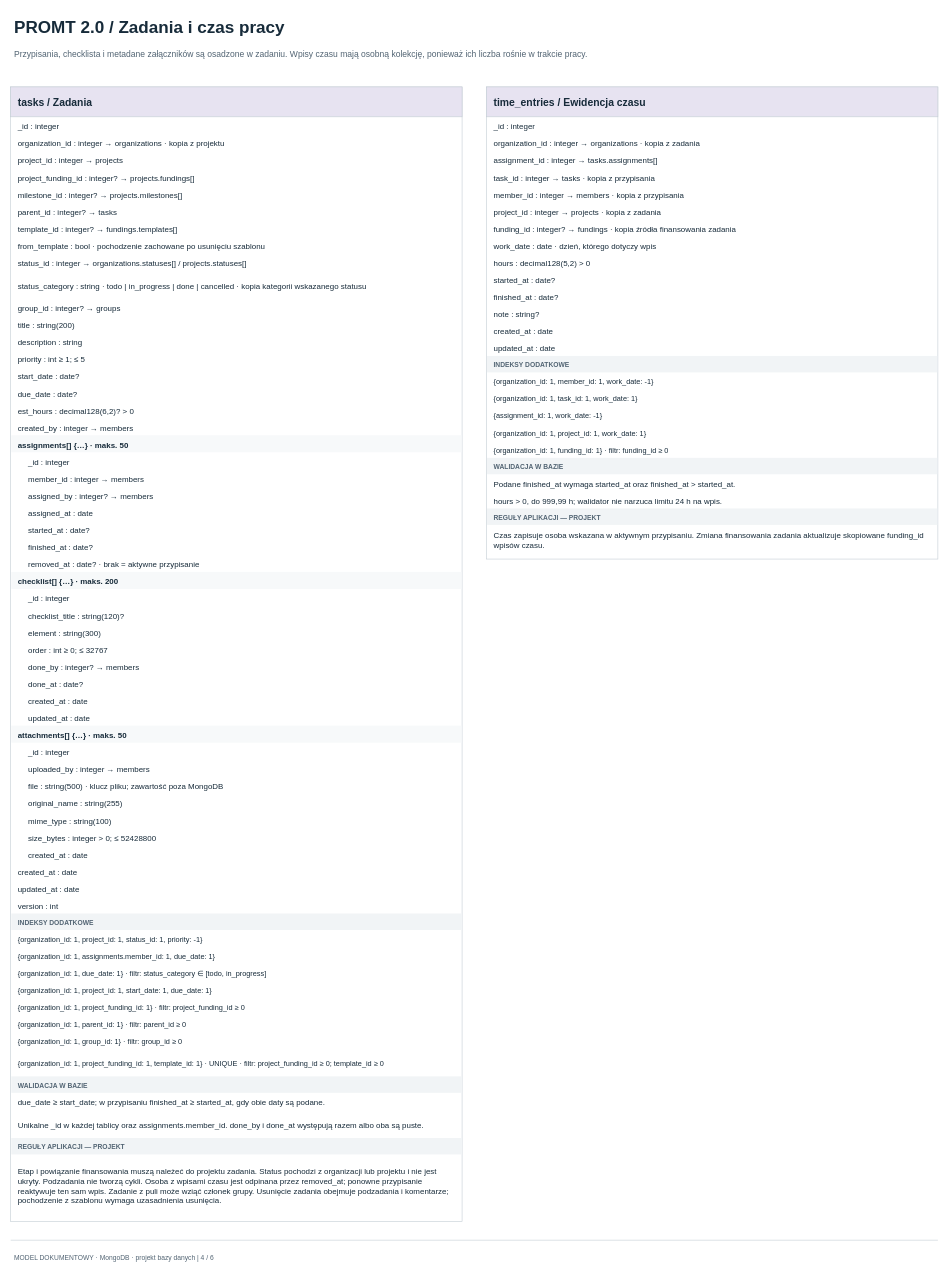
Before: page "4. Zadania i czas pracy" (4 of 6) of docs/schemat/warianty/nosql-mongodb-2.0.drawio in MarekTurkowicz/PROMPT-v2, a draw.io diagram. Source tidied: cells renumbered, new cells numbered last; positions are measured from the earlier drawing's top-left corner, leaving out a move shared by most shapes. Both pictures are drawn from the tidied source at 61%, with x=0, y=0 at pixel (10, 10).
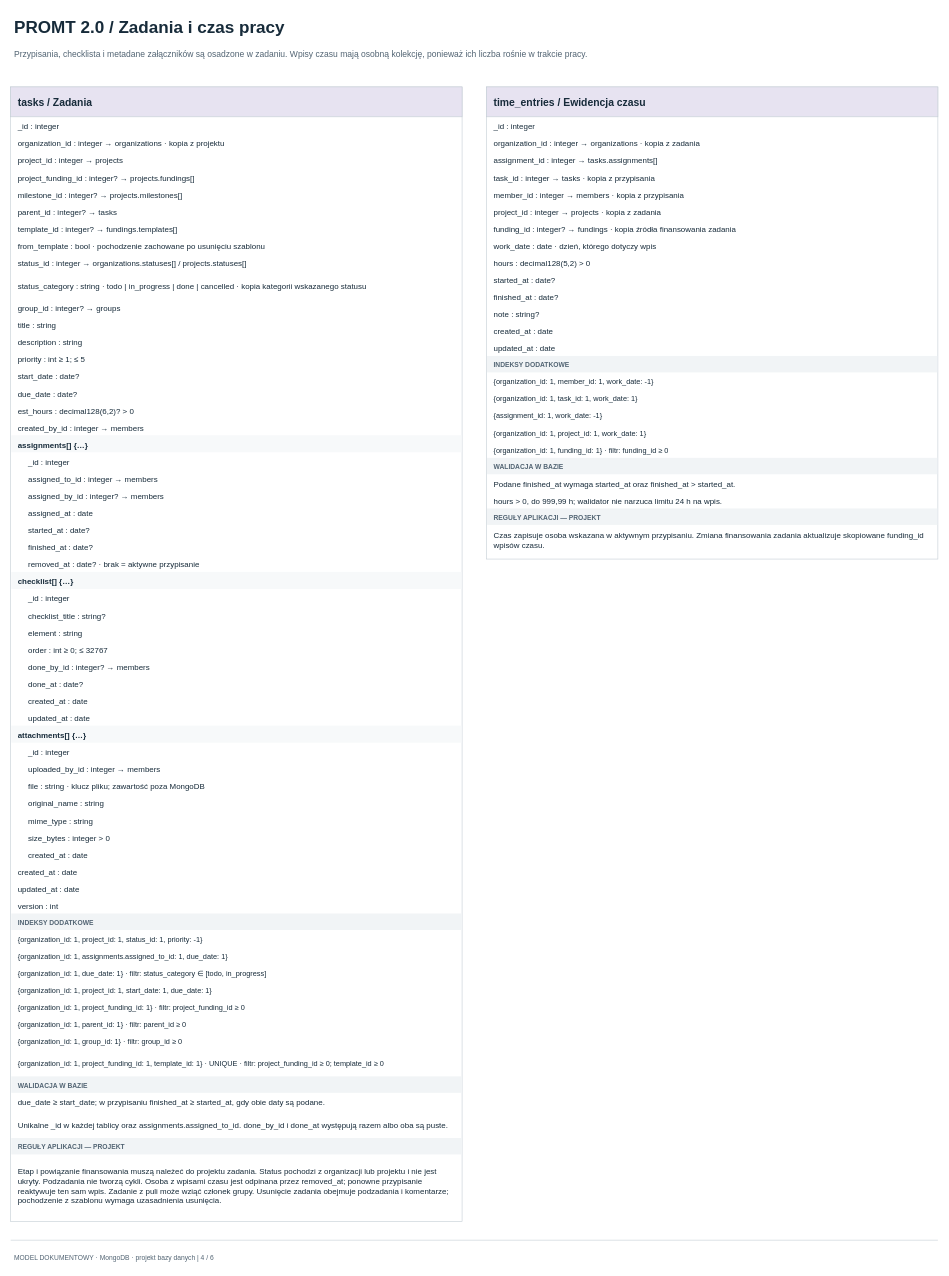
The same page after the edit.

The change refers to these unchanged cells:
```xml
<mxCell id="4" style="html=1;whiteSpace=wrap;rounded=0;shadow=0;fontFamily=Arial;fontColor=#172B3A;fontSize=13;fillColor=#FFFFFF;strokeColor=#C5CED5;" parent="1" vertex="1">
  <mxGeometry y="125" width="740" height="1860" as="geometry" />
</mxCell>
```

Diff of the diagram source:
```diff
@@
-    <mxCell id="18" value="title : string(200)" style="html=1;whiteSpace=wrap;rounded=0;shadow=0;fontFamily=Arial;fontColor=#172B3A;fontSize=13;text;strokeColor=none;fillColor=none;align=left;verticalAlign=middle;spacing=0;spacingRight=4;fontSize=13;fontColor=#172B3A;fontStyle=0;" parent="4" vertex="1">
+    <mxCell id="18" value="title : string" style="html=1;whiteSpace=wrap;rounded=0;shadow=0;fontFamily=Arial;fontColor=#172B3A;fontSize=13;text;strokeColor=none;fillColor=none;align=left;verticalAlign=middle;spacing=0;spacingRight=4;fontSize=13;fontColor=#172B3A;fontStyle=0;" parent="4" vertex="1">
       <mxGeometry x="12" y="378" width="718" height="25" as="geometry" />
     </mxCell>
@@
-    <mxCell id="24" value="created_by : integer → members" style="html=1;whiteSpace=wrap;rounded=0;shadow=0;fontFamily=Arial;fontColor=#172B3A;fontSize=13;text;strokeColor=none;fillColor=none;align=left;verticalAlign=middle;spacing=0;spacingRight=4;fontSize=13;fontColor=#172B3A;fontStyle=0;" parent="4" vertex="1">
+    <mxCell id="24" value="created_by_id : integer → members" style="html=1;whiteSpace=wrap;rounded=0;shadow=0;fontFamily=Arial;fontColor=#172B3A;fontSize=13;text;strokeColor=none;fillColor=none;align=left;verticalAlign=middle;spacing=0;spacingRight=4;fontSize=13;fontColor=#172B3A;fontStyle=0;" parent="4" vertex="1">
       <mxGeometry x="12" y="546" width="718" height="25" as="geometry" />
     </mxCell>
@@
-    <mxCell id="26" value="assignments[] {…} · maks. 50" style="html=1;whiteSpace=wrap;rounded=0;shadow=0;fontFamily=Arial;fontColor=#172B3A;fontSize=13;text;strokeColor=none;fillColor=none;align=left;verticalAlign=middle;spacing=0;spacingRight=4;fontSize=13;fontColor=#172B3A;fontStyle=1;" parent="4" vertex="1">
+    <mxCell id="26" value="assignments[] {…}" style="html=1;whiteSpace=wrap;rounded=0;shadow=0;fontFamily=Arial;fontColor=#172B3A;fontSize=13;text;strokeColor=none;fillColor=none;align=left;verticalAlign=middle;spacing=0;spacingRight=4;fontSize=13;fontColor=#172B3A;fontStyle=1;" parent="4" vertex="1">
       <mxGeometry x="12" y="574" width="718" height="25" as="geometry" />
     </mxCell>
@@
-    <mxCell id="28" value="member_id : integer → members" style="html=1;whiteSpace=wrap;rounded=0;shadow=0;fontFamily=Arial;fontColor=#172B3A;fontSize=13;text;strokeColor=none;fillColor=none;align=left;verticalAlign=middle;spacing=0;spacingRight=4;fontSize=13;fontColor=#172B3A;fontStyle=0;" parent="4" vertex="1">
+    <mxCell id="28" value="assigned_to_id : integer → members" style="html=1;whiteSpace=wrap;rounded=0;shadow=0;fontFamily=Arial;fontColor=#172B3A;fontSize=13;text;strokeColor=none;fillColor=none;align=left;verticalAlign=middle;spacing=0;spacingRight=4;fontSize=13;fontColor=#172B3A;fontStyle=0;" parent="4" vertex="1">
       <mxGeometry x="29" y="630" width="701" height="25" as="geometry" />
     </mxCell>
-    <mxCell id="29" value="assigned_by : integer? → members" style="html=1;whiteSpace=wrap;rounded=0;shadow=0;fontFamily=Arial;fontColor=#172B3A;fontSize=13;text;strokeColor=none;fillColor=none;align=left;verticalAlign=middle;spacing=0;spacingRight=4;fontSize=13;fontColor=#172B3A;fontStyle=0;" parent="4" vertex="1">
+    <mxCell id="29" value="assigned_by_id : integer? → members" style="html=1;whiteSpace=wrap;rounded=0;shadow=0;fontFamily=Arial;fontColor=#172B3A;fontSize=13;text;strokeColor=none;fillColor=none;align=left;verticalAlign=middle;spacing=0;spacingRight=4;fontSize=13;fontColor=#172B3A;fontStyle=0;" parent="4" vertex="1">
       <mxGeometry x="29" y="658" width="701" height="25" as="geometry" />
     </mxCell>
@@
-    <mxCell id="35" value="checklist[] {…} · maks. 200" style="html=1;whiteSpace=wrap;rounded=0;shadow=0;fontFamily=Arial;fontColor=#172B3A;fontSize=13;text;strokeColor=none;fillColor=none;align=left;verticalAlign=middle;spacing=0;spacingRight=4;fontSize=13;fontColor=#172B3A;fontStyle=1;" parent="4" vertex="1">
+    <mxCell id="35" value="checklist[] {…}" style="html=1;whiteSpace=wrap;rounded=0;shadow=0;fontFamily=Arial;fontColor=#172B3A;fontSize=13;text;strokeColor=none;fillColor=none;align=left;verticalAlign=middle;spacing=0;spacingRight=4;fontSize=13;fontColor=#172B3A;fontStyle=1;" parent="4" vertex="1">
       <mxGeometry x="12" y="798" width="718" height="25" as="geometry" />
     </mxCell>
@@
-    <mxCell id="37" value="checklist_title : string(120)?" style="html=1;whiteSpace=wrap;rounded=0;shadow=0;fontFamily=Arial;fontColor=#172B3A;fontSize=13;text;strokeColor=none;fillColor=none;align=left;verticalAlign=middle;spacing=0;spacingRight=4;fontSize=13;fontColor=#172B3A;fontStyle=0;" parent="4" vertex="1">
+    <mxCell id="37" value="checklist_title : string?" style="html=1;whiteSpace=wrap;rounded=0;shadow=0;fontFamily=Arial;fontColor=#172B3A;fontSize=13;text;strokeColor=none;fillColor=none;align=left;verticalAlign=middle;spacing=0;spacingRight=4;fontSize=13;fontColor=#172B3A;fontStyle=0;" parent="4" vertex="1">
       <mxGeometry x="29" y="854" width="701" height="25" as="geometry" />
     </mxCell>
-    <mxCell id="38" value="element : string(300)" style="html=1;whiteSpace=wrap;rounded=0;shadow=0;fontFamily=Arial;fontColor=#172B3A;fontSize=13;text;strokeColor=none;fillColor=none;align=left;verticalAlign=middle;spacing=0;spacingRight=4;fontSize=13;fontColor=#172B3A;fontStyle=0;" parent="4" vertex="1">
+    <mxCell id="38" value="element : string" style="html=1;whiteSpace=wrap;rounded=0;shadow=0;fontFamily=Arial;fontColor=#172B3A;fontSize=13;text;strokeColor=none;fillColor=none;align=left;verticalAlign=middle;spacing=0;spacingRight=4;fontSize=13;fontColor=#172B3A;fontStyle=0;" parent="4" vertex="1">
       <mxGeometry x="29" y="882" width="701" height="25" as="geometry" />
     </mxCell>
@@
-    <mxCell id="40" value="done_by : integer? → members" style="html=1;whiteSpace=wrap;rounded=0;shadow=0;fontFamily=Arial;fontColor=#172B3A;fontSize=13;text;strokeColor=none;fillColor=none;align=left;verticalAlign=middle;spacing=0;spacingRight=4;fontSize=13;fontColor=#172B3A;fontStyle=0;" parent="4" vertex="1">
+    <mxCell id="40" value="done_by_id : integer? → members" style="html=1;whiteSpace=wrap;rounded=0;shadow=0;fontFamily=Arial;fontColor=#172B3A;fontSize=13;text;strokeColor=none;fillColor=none;align=left;verticalAlign=middle;spacing=0;spacingRight=4;fontSize=13;fontColor=#172B3A;fontStyle=0;" parent="4" vertex="1">
       <mxGeometry x="29" y="938" width="701" height="25" as="geometry" />
     </mxCell>
@@
-    <mxCell id="45" value="attachments[] {…} · maks. 50" style="html=1;whiteSpace=wrap;rounded=0;shadow=0;fontFamily=Arial;fontColor=#172B3A;fontSize=13;text;strokeColor=none;fillColor=none;align=left;verticalAlign=middle;spacing=0;spacingRight=4;fontSize=13;fontColor=#172B3A;fontStyle=1;" parent="4" vertex="1">
+    <mxCell id="45" value="attachments[] {…}" style="html=1;whiteSpace=wrap;rounded=0;shadow=0;fontFamily=Arial;fontColor=#172B3A;fontSize=13;text;strokeColor=none;fillColor=none;align=left;verticalAlign=middle;spacing=0;spacingRight=4;fontSize=13;fontColor=#172B3A;fontStyle=1;" parent="4" vertex="1">
       <mxGeometry x="12" y="1050" width="718" height="25" as="geometry" />
     </mxCell>
@@
-    <mxCell id="47" value="uploaded_by : integer → members" style="html=1;whiteSpace=wrap;rounded=0;shadow=0;fontFamily=Arial;fontColor=#172B3A;fontSize=13;text;strokeColor=none;fillColor=none;align=left;verticalAlign=middle;spacing=0;spacingRight=4;fontSize=13;fontColor=#172B3A;fontStyle=0;" parent="4" vertex="1">
+    <mxCell id="47" value="uploaded_by_id : integer → members" style="html=1;whiteSpace=wrap;rounded=0;shadow=0;fontFamily=Arial;fontColor=#172B3A;fontSize=13;text;strokeColor=none;fillColor=none;align=left;verticalAlign=middle;spacing=0;spacingRight=4;fontSize=13;fontColor=#172B3A;fontStyle=0;" parent="4" vertex="1">
       <mxGeometry x="29" y="1106" width="701" height="25" as="geometry" />
     </mxCell>
-    <mxCell id="48" value="file : string(500) · klucz pliku; zawartość poza MongoDB" style="html=1;whiteSpace=wrap;rounded=0;shadow=0;fontFamily=Arial;fontColor=#172B3A;fontSize=13;text;strokeColor=none;fillColor=none;align=left;verticalAlign=middle;spacing=0;spacingRight=4;fontSize=13;fontColor=#172B3A;fontStyle=0;" parent="4" vertex="1">
+    <mxCell id="48" value="file : string · klucz pliku; zawartość poza MongoDB" style="html=1;whiteSpace=wrap;rounded=0;shadow=0;fontFamily=Arial;fontColor=#172B3A;fontSize=13;text;strokeColor=none;fillColor=none;align=left;verticalAlign=middle;spacing=0;spacingRight=4;fontSize=13;fontColor=#172B3A;fontStyle=0;" parent="4" vertex="1">
       <mxGeometry x="29" y="1134" width="701" height="25" as="geometry" />
     </mxCell>
-    <mxCell id="49" value="original_name : string(255)" style="html=1;whiteSpace=wrap;rounded=0;shadow=0;fontFamily=Arial;fontColor=#172B3A;fontSize=13;text;strokeColor=none;fillColor=none;align=left;verticalAlign=middle;spacing=0;spacingRight=4;fontSize=13;fontColor=#172B3A;fontStyle=0;" parent="4" vertex="1">
+    <mxCell id="49" value="original_name : string" style="html=1;whiteSpace=wrap;rounded=0;shadow=0;fontFamily=Arial;fontColor=#172B3A;fontSize=13;text;strokeColor=none;fillColor=none;align=left;verticalAlign=middle;spacing=0;spacingRight=4;fontSize=13;fontColor=#172B3A;fontStyle=0;" parent="4" vertex="1">
       <mxGeometry x="29" y="1162" width="701" height="25" as="geometry" />
     </mxCell>
-    <mxCell id="50" value="mime_type : string(100)" style="html=1;whiteSpace=wrap;rounded=0;shadow=0;fontFamily=Arial;fontColor=#172B3A;fontSize=13;text;strokeColor=none;fillColor=none;align=left;verticalAlign=middle;spacing=0;spacingRight=4;fontSize=13;fontColor=#172B3A;fontStyle=0;" parent="4" vertex="1">
+    <mxCell id="50" value="mime_type : string" style="html=1;whiteSpace=wrap;rounded=0;shadow=0;fontFamily=Arial;fontColor=#172B3A;fontSize=13;text;strokeColor=none;fillColor=none;align=left;verticalAlign=middle;spacing=0;spacingRight=4;fontSize=13;fontColor=#172B3A;fontStyle=0;" parent="4" vertex="1">
       <mxGeometry x="29" y="1190" width="701" height="25" as="geometry" />
     </mxCell>
-    <mxCell id="51" value="size_bytes : integer &amp;gt; 0; ≤ 52428800" style="html=1;whiteSpace=wrap;rounded=0;shadow=0;fontFamily=Arial;fontColor=#172B3A;fontSize=13;text;strokeColor=none;fillColor=none;align=left;verticalAlign=middle;spacing=0;spacingRight=4;fontSize=13;fontColor=#172B3A;fontStyle=0;" parent="4" vertex="1">
+    <mxCell id="51" value="size_bytes : integer &gt; 0" style="html=1;whiteSpace=wrap;rounded=0;shadow=0;fontFamily=Arial;fontColor=#172B3A;fontSize=13;text;strokeColor=none;fillColor=none;align=left;verticalAlign=middle;spacing=0;spacingRight=4;fontSize=13;fontColor=#172B3A;fontStyle=0;" parent="4" vertex="1">
       <mxGeometry x="29" y="1218" width="701" height="25" as="geometry" />
     </mxCell>
@@
-    <mxCell id="59" value="{organization_id: 1, assignments.member_id: 1, due_date: 1}" style="html=1;whiteSpace=wrap;rounded=0;shadow=0;fontFamily=Arial;fontColor=#172B3A;fontSize=13;text;strokeColor=none;fillColor=none;align=left;verticalAlign=middle;spacing=0;spacingRight=4;fontSize=12;fontColor=#172B3A;fontStyle=0;" parent="4" vertex="1">
+    <mxCell id="59" value="{organization_id: 1, assignments.assigned_to_id: 1, due_date: 1}" style="html=1;whiteSpace=wrap;rounded=0;shadow=0;fontFamily=Arial;fontColor=#172B3A;fontSize=13;text;strokeColor=none;fillColor=none;align=left;verticalAlign=middle;spacing=0;spacingRight=4;fontSize=12;fontColor=#172B3A;fontStyle=0;" parent="4" vertex="1">
       <mxGeometry x="12" y="1413" width="718" height="25" as="geometry" />
     </mxCell>
@@
-    <mxCell id="69" value="Unikalne _id w każdej tablicy oraz assignments.member_id. done_by i done_at występują razem albo oba są puste." style="html=1;whiteSpace=wrap;rounded=0;shadow=0;fontFamily=Arial;fontColor=#172B3A;fontSize=13;text;strokeColor=none;fillColor=none;align=left;verticalAlign=middle;spacing=0;spacingRight=4;fontSize=13;fontColor=#172B3A;fontStyle=0;" parent="4" vertex="1">
+    <mxCell id="69" value="Unikalne _id w każdej tablicy oraz assignments.assigned_to_id. done_by_id i done_at występują razem albo oba są puste." style="html=1;whiteSpace=wrap;rounded=0;shadow=0;fontFamily=Arial;fontColor=#172B3A;fontSize=13;text;strokeColor=none;fillColor=none;align=left;verticalAlign=middle;spacing=0;spacingRight=4;fontSize=13;fontColor=#172B3A;fontStyle=0;" parent="4" vertex="1">
       <mxGeometry x="12" y="1680" width="718" height="43" as="geometry" />
     </mxCell>
```
